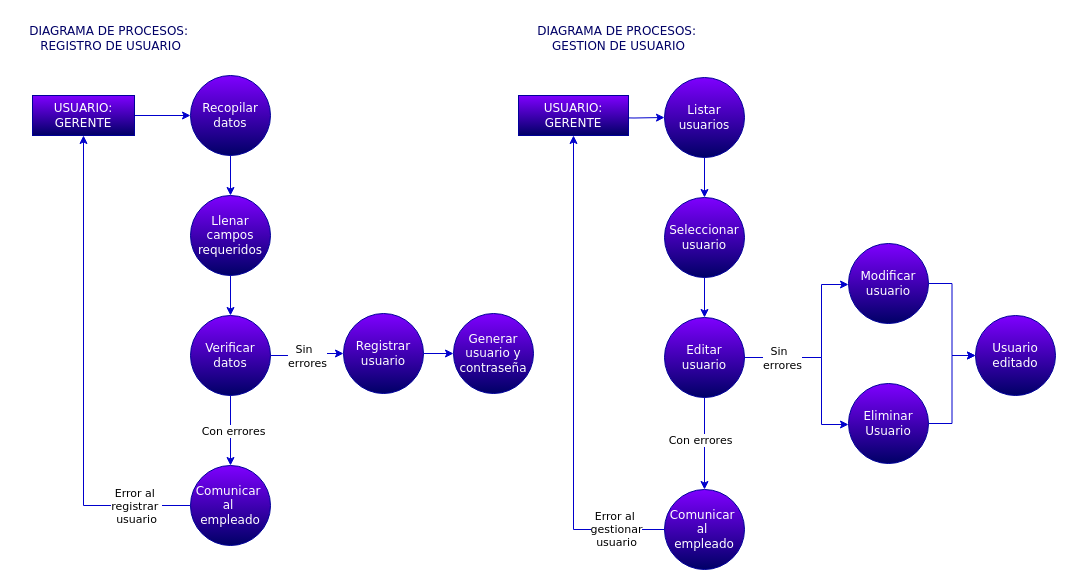
This is page "REGISTRAR USUARIO" (2 of 6) of diagrama de procesos/Diagrama de procesos.drawio from DevMaik-Droid/SistemaVentas, a draw.io file, before an edit. Source tidied: cells renumbered, new cells numbered last; positions are measured from the earlier drawing's top-left corner, leaving out a move shared by most shapes. Both pictures are drawn from the tidied source at 100%, with x=0, y=0 at pixel (17, 17).
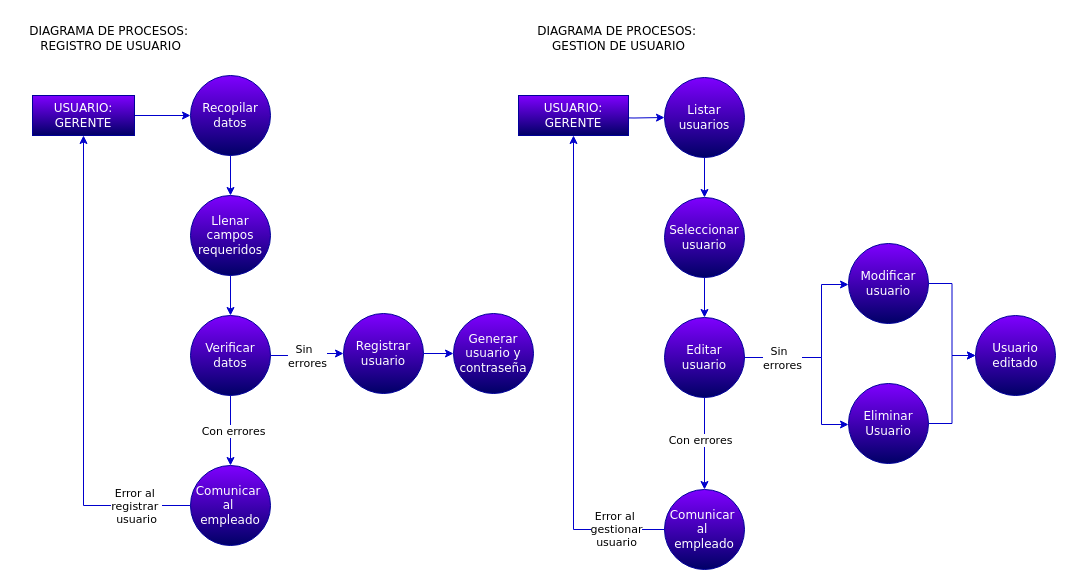
Above is the later version.

Commit message (it also covers changes not shown here):
diagrama de procesos

ya editado denle una leida

Change to the diagram source:
```diff
@@
-    <mxCell id="2" value="DIAGRAMA DE PROCESOS:&amp;nbsp;&lt;div&gt;&lt;span style=&quot;background-color: initial;&quot;&gt;REGISTRO DE USUARIO&lt;/span&gt;&lt;/div&gt;" style="text;html=1;align=center;verticalAlign=middle;strokeColor=none;fillColor=none;fontFamily=Verdana;fontColor=#000066;" parent="1" vertex="1">
+    <mxCell id="2" value="DIAGRAMA DE PROCESOS:&amp;nbsp;&lt;div&gt;&lt;span style=&quot;background-color: initial;&quot;&gt;REGISTRO DE USUARIO&lt;/span&gt;&lt;/div&gt;" style="text;html=1;align=center;verticalAlign=middle;strokeColor=none;fillColor=none;fontFamily=Verdana;fontColor=#000000;" parent="1" vertex="1">
       <mxGeometry width="186" height="41" as="geometry" />
     </mxCell>
@@
-    <mxCell id="20" value="DIAGRAMA DE PROCESOS:&amp;nbsp;&lt;div&gt;&lt;span style=&quot;background-color: initial;&quot;&gt;GESTION DE USUARIO&lt;/span&gt;&lt;/div&gt;" style="text;html=1;align=center;verticalAlign=middle;strokeColor=none;fillColor=none;fontFamily=Verdana;fontColor=#000066;" parent="1" vertex="1">
+    <mxCell id="20" value="DIAGRAMA DE PROCESOS:&amp;nbsp;&lt;div&gt;&lt;span style=&quot;background-color: initial;&quot;&gt;GESTION DE USUARIO&lt;/span&gt;&lt;/div&gt;" style="text;html=1;align=center;verticalAlign=middle;strokeColor=none;fillColor=none;fontFamily=Verdana;fontColor=#000000;" parent="1" vertex="1">
       <mxGeometry x="508" width="186" height="41" as="geometry" />
     </mxCell>
```
